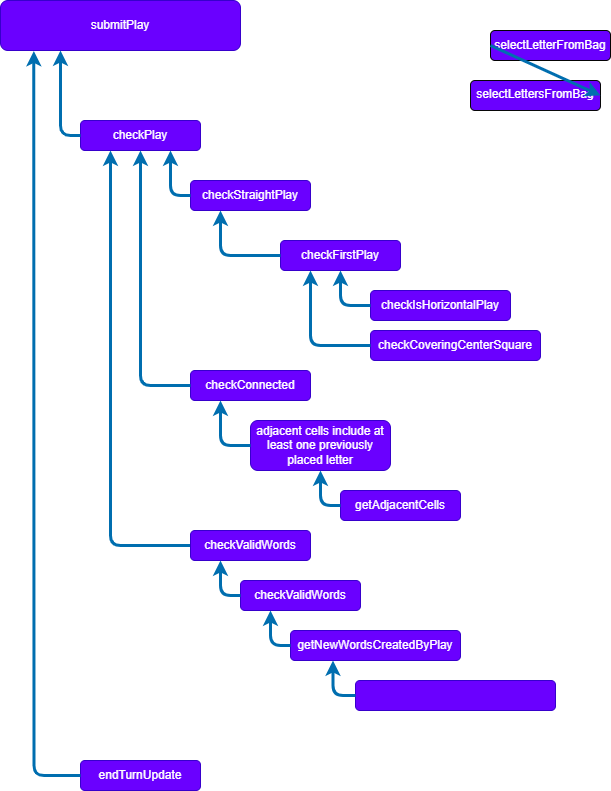
Earlier version of the draw.io export function_flow.dio.png (wnfaulkner/2023-10-05-project-1-scrabble-game). Source tidied: cells renumbered, new cells last; positions are measured from the earlier drawing's top-left corner, leaving out a move shared by most shapes.
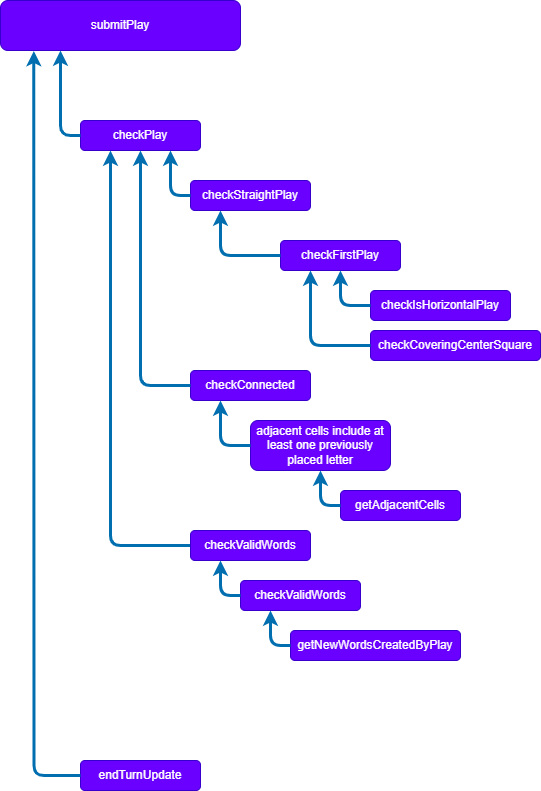
After the change.

Change to the diagram source:
```diff
@@ -2,21 +2,12 @@
   <root>
     <mxCell id="0" />
     <mxCell id="1" parent="0" />
-    <mxCell id="2" value="selectLettersFromBag" style="rounded=1;whiteSpace=wrap;html=1;fillColor=#6a00ff;fontColor=#ffffff;strokeColor=#070708;verticalAlign=top;" parent="1" vertex="1">
-      <mxGeometry x="470" y="80" width="130" height="30" as="geometry" />
-    </mxCell>
-    <mxCell id="3" value="selectLetterFromBag" style="rounded=1;whiteSpace=wrap;html=1;fillColor=#6a00ff;fontColor=#ffffff;strokeColor=#030303;" parent="1" vertex="1">
-      <mxGeometry x="490" y="30" width="120" height="30" as="geometry" />
-    </mxCell>
     <mxCell id="4" value="submitPlay" style="rounded=1;whiteSpace=wrap;html=1;fillColor=#6a00ff;fontColor=#ffffff;strokeColor=#3700CC;" parent="1" vertex="1">
       <mxGeometry width="240" height="50" as="geometry" />
     </mxCell>
     <mxCell id="5" value="checkFirstPlay" style="rounded=1;whiteSpace=wrap;html=1;fillColor=#6a00ff;fontColor=#ffffff;strokeColor=#3700CC;" parent="1" vertex="1">
       <mxGeometry x="280" y="240" width="120" height="30" as="geometry" />
     </mxCell>
-    <mxCell id="6" style="edgeStyle=none;html=1;exitX=0;exitY=0.5;exitDx=0;exitDy=0;entryX=1;entryY=0.5;entryDx=0;entryDy=0;fillColor=#1ba1e2;strokeColor=#006EAF;strokeWidth=3;" parent="1" edge="1" source="3" target="2">
-      <mxGeometry relative="1" as="geometry" />
-    </mxCell>
     <mxCell id="7" value="checkPlay" style="rounded=1;whiteSpace=wrap;html=1;fillColor=#6a00ff;fontColor=#ffffff;strokeColor=#3700CC;" parent="1" vertex="1">
       <mxGeometry x="80" y="120" width="120" height="30" as="geometry" />
     </mxCell>
@@ -77,12 +68,6 @@
     <mxCell id="26" style="edgeStyle=orthogonalEdgeStyle;html=1;fillColor=#1ba1e2;strokeColor=#006EAF;strokeWidth=3;exitX=0;exitY=0.5;exitDx=0;exitDy=0;entryX=0.25;entryY=1;entryDx=0;entryDy=0;" parent="1" edge="1" source="25" target="30">
       <mxGeometry relative="1" as="geometry" />
     </mxCell>
-    <mxCell id="27" style="rounded=1;whiteSpace=wrap;html=1;fillColor=#6a00ff;fontColor=#ffffff;strokeColor=#3700CC;" parent="1" vertex="1">
-      <mxGeometry x="355" y="680" width="200" height="30" as="geometry" />
-    </mxCell>
-    <mxCell id="28" style="edgeStyle=orthogonalEdgeStyle;html=1;fillColor=#1ba1e2;strokeColor=#006EAF;strokeWidth=3;exitX=0;exitY=0.5;exitDx=0;exitDy=0;entryX=0.25;entryY=1;entryDx=0;entryDy=0;" parent="1" edge="1" source="27" target="25">
-      <mxGeometry relative="1" as="geometry" />
-    </mxCell>
     <mxCell id="29" style="edgeStyle=orthogonalEdgeStyle;html=1;fillColor=#1ba1e2;strokeColor=#006EAF;strokeWidth=3;exitX=0;exitY=0.5;exitDx=0;exitDy=0;entryX=0.139;entryY=1.012;entryDx=0;entryDy=0;entryPerimeter=0;" parent="1" edge="1" source="9" target="4">
       <mxGeometry relative="1" as="geometry" />
     </mxCell>
```
